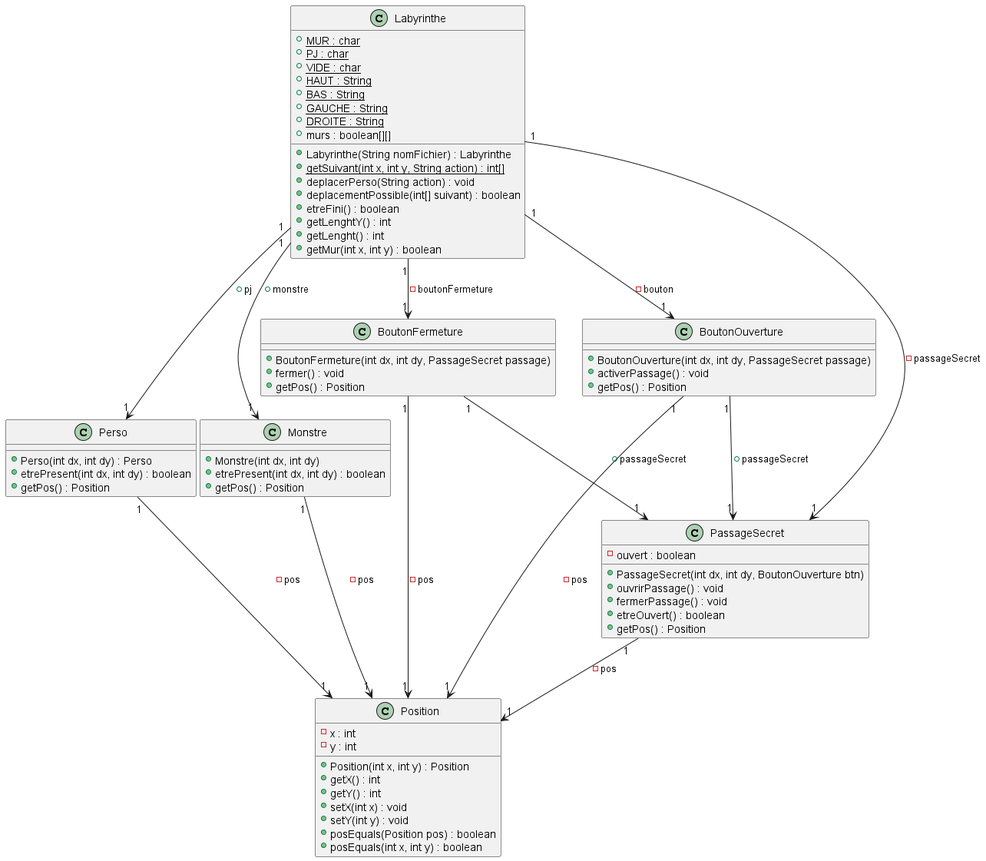
Above: documents/version_3/diagClasseV3.png in Zhi-Sheng-Trieu/2022_Zeldiablo_Doan_Oudin_Trieu_Noel (PlantUML), before the change.
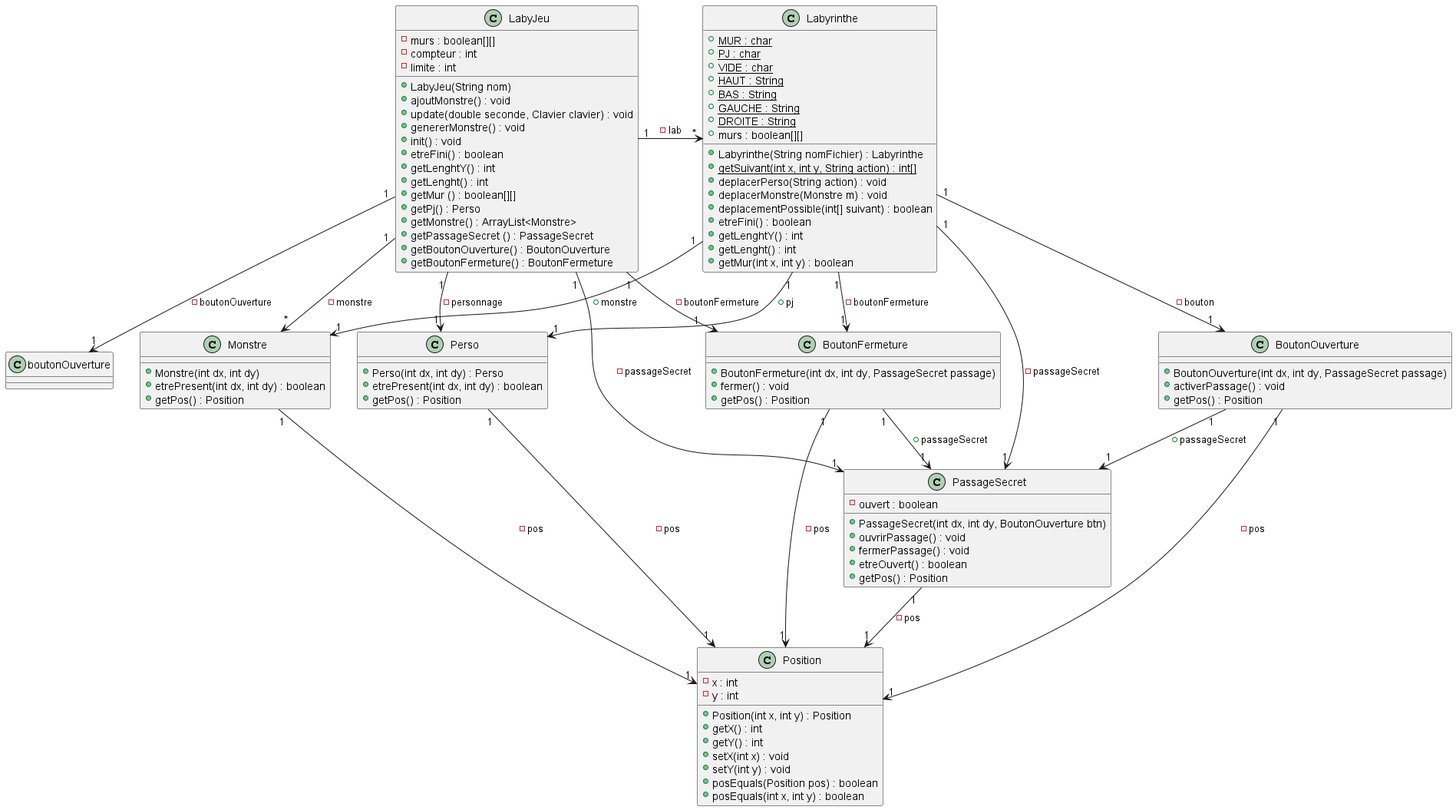
Later version of the same file.

Commit message:
diag classe v3

What changed in the source:
```diff
@@ -13,6 +13,7 @@
     +Labyrinthe(String nomFichier) : Labyrinthe
     {static}+getSuivant(int x, int y, String action) : int[]
     +deplacerPerso(String action) : void
+    +deplacerMonstre(Monstre m) : void
     +deplacementPossible(int[] suivant) : boolean
     +etreFini() : boolean
     +getLenghtY() : int
@@ -67,7 +68,32 @@
 }
 
 
+class LabyJeu{
+        -murs : boolean[][]
+        -compteur : int
+        -limite : int
+        +LabyJeu(String nom)
+        +ajoutMonstre() : void
+        +update(double seconde, Clavier clavier) : void
+        + genererMonstre() : void
+        +init() : void
+        +etreFini() : boolean
+        +getLenghtY() : int
+        +getLenght() : int
+        +getMur () : boolean[][]
+        +getPj() : Perso
+        +getMonstre() : ArrayList<Monstre>
+        +getPassageSecret () : PassageSecret
+        +getBoutonOuverture() : BoutonOuverture
+        +getBoutonFermeture() : BoutonFermeture
+}
 
+LabyJeu "1" -> "*" Labyrinthe : -lab
+LabyJeu "1" --> "1" boutonOuverture : -boutonOuverture
+LabyJeu "1" --> "1" PassageSecret : -passageSecret
+LabyJeu "1" --> "1" BoutonFermeture : -boutonFermeture
+LabyJeu "1" --> "1" Perso : -personnage
+LabyJeu "1" --> "*" Monstre : -monstre
 Labyrinthe "1"-->"1" Perso : +pj
 Labyrinthe "1"-->"1" Monstre : +monstre
 Labyrinthe "1"-->"1" PassageSecret : -passageSecret
```
